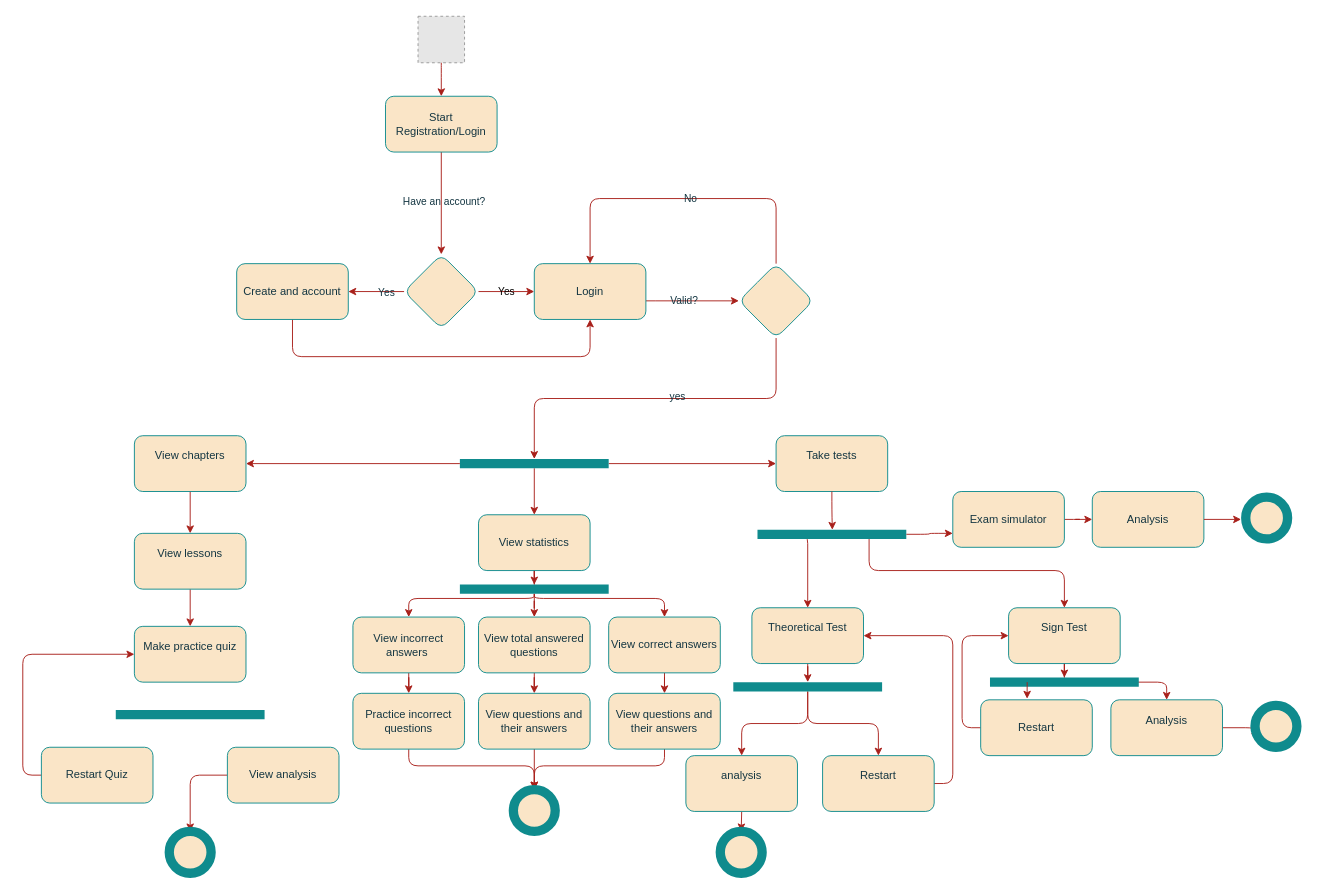
Above: activitydiagram.drawio in 7mzah/7mzah (draw.io), before the change. Source tidied: cells renumbered, new cells numbered last; positions are measured from the earlier drawing's top-left corner, leaving out a move shared by most shapes. Both pictures are drawn from the tidied source at 93%, with x=0, y=0 at pixel (41, 16). Pictures stored in the file or linked from it are replaced by grey dashed boxes.
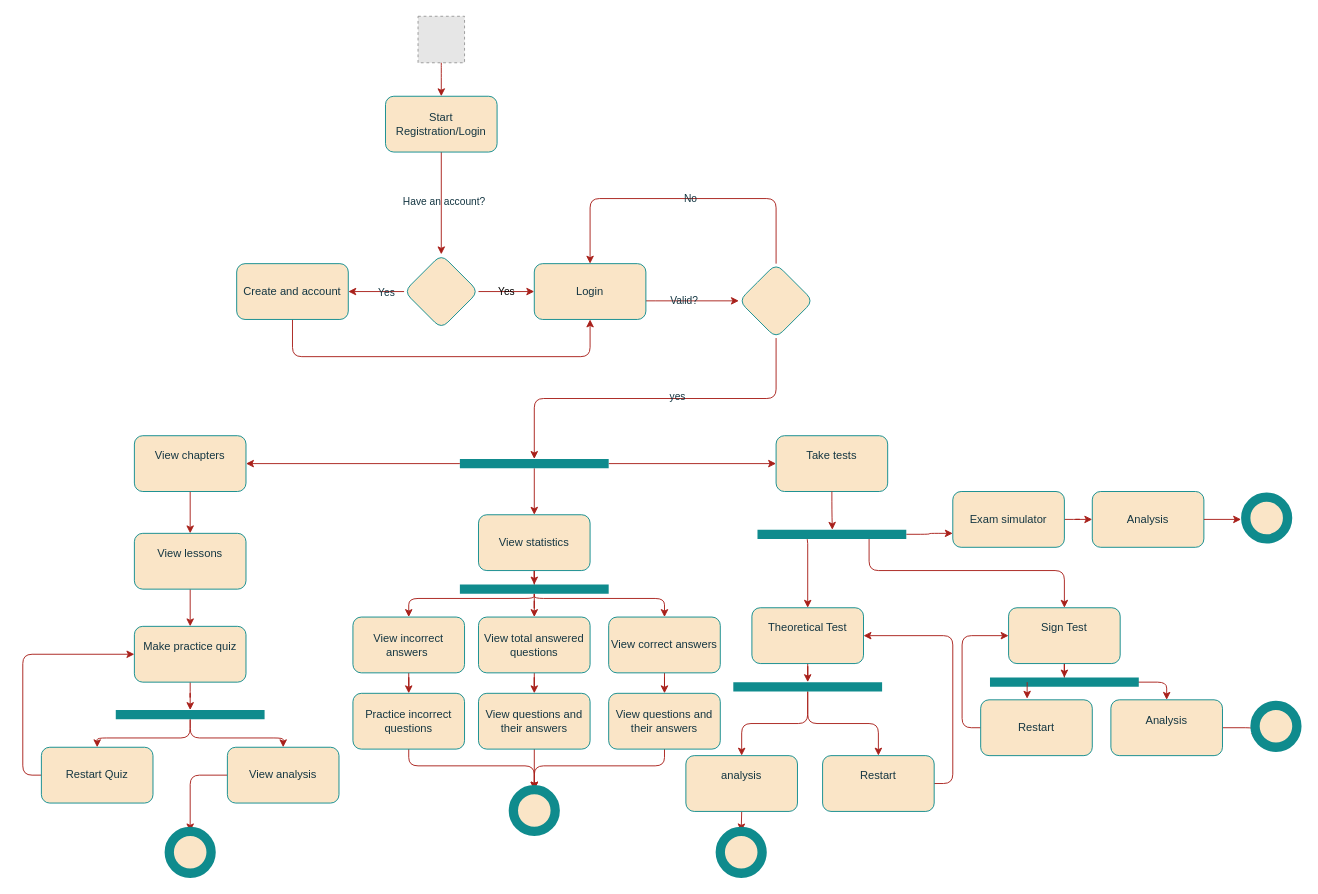
After the change.

Unchanged cells that the change refers to:
```xml
<mxCell id="31" value="Make practice quiz" style="rounded=1;whiteSpace=wrap;html=1;verticalAlign=top;strokeWidth=1;labelBackgroundColor=none;spacingTop=8;fillColor=#FAE5C7;strokeColor=#0F8B8D;fontColor=#143642;" parent="1" vertex="1">
  <mxGeometry x="100" y="656" width="120" height="60" as="geometry" />
</mxCell>
<mxCell id="44" value="Restart Quiz" style="rounded=1;whiteSpace=wrap;html=1;labelBackgroundColor=none;fillColor=#FAE5C7;strokeColor=#0F8B8D;fontColor=#143642;" parent="1" vertex="1">
  <mxGeometry y="786" width="120" height="60" as="geometry" />
</mxCell>
<mxCell id="46" value="View analysis" style="rounded=1;whiteSpace=wrap;html=1;labelBackgroundColor=none;fillColor=#FAE5C7;strokeColor=#0F8B8D;fontColor=#143642;" parent="1" vertex="1">
  <mxGeometry x="200" y="786" width="120" height="60" as="geometry" />
</mxCell>
<mxCell id="70" style="line;strokeWidth=10;html=1;rounded=1;labelBackgroundColor=none;fillColor=#FAE5C7;strokeColor=#0F8B8D;fontColor=#143642;" parent="1" vertex="1">
  <mxGeometry x="80" y="746" width="160" height="10" as="geometry" />
</mxCell>
```

What changed in the source:
```diff
@@
+    <mxCell id="86" style="edgeStyle=orthogonalEdgeStyle;rounded=1;jettySize=auto;html=1;exitX=0.5;exitY=1;exitDx=0;exitDy=0;labelBackgroundColor=none;strokeColor=#A8201A;fontColor=default;" parent="1" edge="1" source="31" target="70">
+      <mxGeometry relative="1" as="geometry" />
+    </mxCell>
@@
+    <mxCell id="87" style="edgeStyle=orthogonalEdgeStyle;rounded=1;jettySize=auto;html=1;labelBackgroundColor=none;strokeColor=#A8201A;fontColor=default;" parent="1" edge="1" source="70" target="44">
+      <mxGeometry relative="1" as="geometry" />
+    </mxCell>
+    <mxCell id="88" style="edgeStyle=orthogonalEdgeStyle;rounded=1;jettySize=auto;html=1;entryX=0.5;entryY=0;entryDx=0;entryDy=0;labelBackgroundColor=none;strokeColor=#A8201A;fontColor=default;" parent="1" edge="1" source="70" target="46">
+      <mxGeometry relative="1" as="geometry" />
+    </mxCell>
```
